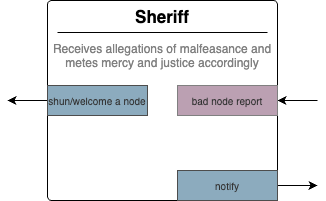
hashgraph/hedera-services keeps this draw.io diagram as platform-sdk/docs/proposals/consensus-layer/sheriff-module.png. Above is the earlier version. Source tidied: cells renumbered, new cells last; positions are measured from the earlier drawing's top-left corner, leaving out a move shared by most shapes.
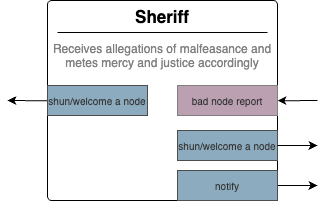
After the commit.

Change to the diagram source:
```diff
@@ -35,5 +35,18 @@
     <mxCell id="9" value="bad node report" style="rounded=0;whiteSpace=wrap;html=1;fontSize=10;fontColor=#333333;strokeColor=#808080;shadow=0;glass=0;align=center;verticalAlign=middle;fontFamily=Helvetica;fillColor=#BBA0B2;" parent="1" vertex="1">
       <mxGeometry x="170" y="85" width="100" height="30" as="geometry" />
     </mxCell>
+    <mxCell id="10" value="shun/welcome a node" style="rounded=0;whiteSpace=wrap;html=1;fontSize=10;fontColor=#333333;strokeColor=#4D4D4D;fillColor=#8CABBE;" parent="1" vertex="1">
+      <mxGeometry x="170" y="130" width="100" height="30" as="geometry" />
+    </mxCell>
+    <mxCell id="11" style="edgeStyle=orthogonalEdgeStyle;rounded=0;orthogonalLoop=1;jettySize=auto;html=1;" parent="1" edge="1">
+      <mxGeometry relative="1" as="geometry">
+        <mxPoint x="270" y="145" as="sourcePoint" />
+        <mxPoint x="310" y="145" as="targetPoint" />
+        <Array as="points">
+          <mxPoint x="291" y="145" />
+          <mxPoint x="291" y="145" />
+        </Array>
+      </mxGeometry>
+    </mxCell>
   </root>
 </mxGraphModel>
```
